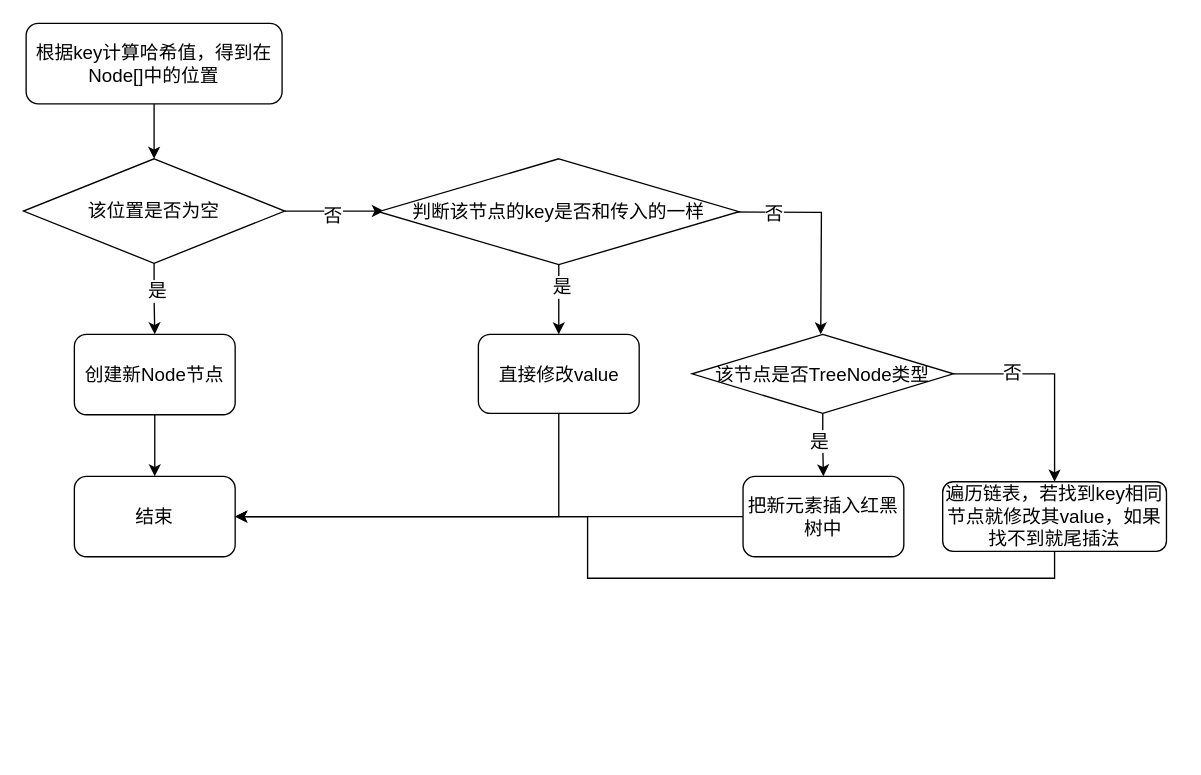
This is HashMap的put()方法.drawio from 1305487034/drawio, a draw.io file, before an edit. Source tidied: cells renumbered, new cells numbered last; positions are measured from the earlier drawing's top-left corner, leaving out a move shared by most shapes. Both pictures are drawn from the tidied source at 134%, with x=0, y=0 at pixel (23, 23).
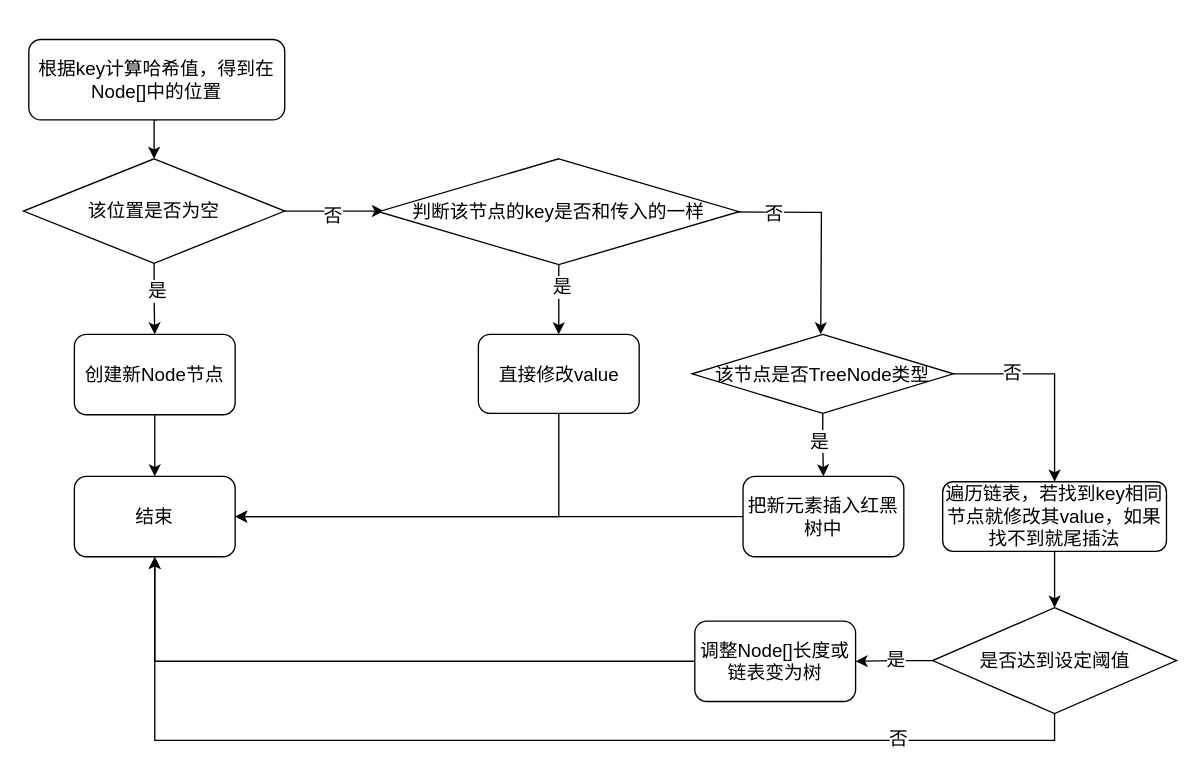
The same page after the edit.

Commit message (it also covers changes not shown here):
更新HashMap的put()方法.drawio

The change refers to these unchanged cells:
```xml
<mxCell id="11" value="&lt;font style=&quot;font-size: 14px;&quot;&gt;结束&lt;/font&gt;" style="rounded=1;whiteSpace=wrap;html=1;" parent="1" vertex="1">
  <mxGeometry x="38" y="338" width="120" height="60" as="geometry" />
</mxCell>
<mxCell id="27" value="&lt;font style=&quot;font-size: 14px;&quot;&gt;遍历链表，若找到key相同节点就修改其value，如果找不到就尾插法&lt;/font&gt;" style="rounded=1;whiteSpace=wrap;html=1;" parent="1" vertex="1">
  <mxGeometry x="686" y="342" width="167" height="52" as="geometry" />
</mxCell>
```

The edit, as a diff of the source:
```diff
@@
     <mxCell id="3" value="&lt;font style=&quot;font-size: 14px;&quot;&gt;根据key计算哈希值，得到在Node[]中的位置&lt;/font&gt;" style="rounded=1;whiteSpace=wrap;html=1;" parent="1" vertex="1">
-      <mxGeometry x="2" width="191" height="60" as="geometry" />
+      <mxGeometry x="4" y="12" width="191" height="60" as="geometry" />
     </mxCell>
@@
-    <mxCell id="26" style="edgeStyle=orthogonalEdgeStyle;rounded=0;jettySize=auto;html=1;exitX=0.5;exitY=1;exitDx=0;exitDy=0;entryX=1;entryY=0.5;entryDx=0;entryDy=0;" parent="1" edge="1" source="27" target="11">
-      <mxGeometry relative="1" as="geometry">
-        <Array as="points">
-          <mxPoint x="770" y="414" />
-          <mxPoint x="421" y="414" />
-          <mxPoint x="421" y="368" />
-        </Array>
-      </mxGeometry>
-    </mxCell>
+    <mxCell id="28" style="edgeStyle=orthogonalEdgeStyle;rounded=0;jettySize=auto;html=1;exitX=0.5;exitY=1;exitDx=0;exitDy=0;entryX=0.5;entryY=0;entryDx=0;entryDy=0;" parent="1" edge="1" source="27" target="33">
+      <mxGeometry relative="1" as="geometry" />
+    </mxCell>
@@
+    <mxCell id="29" style="edgeStyle=orthogonalEdgeStyle;rounded=0;jettySize=auto;html=1;exitX=0;exitY=0.5;exitDx=0;exitDy=0;entryX=1;entryY=0.5;entryDx=0;entryDy=0;" parent="1" edge="1" source="33" target="35">
+      <mxGeometry relative="1" as="geometry" />
+    </mxCell>
+    <mxCell id="30" value="是" style="edgeLabel;html=1;align=center;verticalAlign=middle;fontSize=14;" parent="29" vertex="1">
+      <mxGeometry x="-0.01" y="-1" relative="1" as="geometry">
+        <mxPoint y="-1" as="offset" />
+      </mxGeometry>
+    </mxCell>
+    <mxCell id="31" style="edgeStyle=orthogonalEdgeStyle;rounded=0;jettySize=auto;html=1;exitX=0.5;exitY=1;exitDx=0;exitDy=0;entryX=0.5;entryY=1;entryDx=0;entryDy=0;" parent="1" edge="1" source="33" target="11">
+      <mxGeometry relative="1" as="geometry" />
+    </mxCell>
+    <mxCell id="32" value="&lt;font style=&quot;font-size: 14px;&quot;&gt;否&lt;/font&gt;" style="edgeLabel;html=1;align=center;verticalAlign=middle;" parent="31" vertex="1">
+      <mxGeometry x="-0.7" y="2" relative="1" as="geometry">
+        <mxPoint x="-13" y="-4" as="offset" />
+      </mxGeometry>
+    </mxCell>
+    <mxCell id="33" value="&lt;font style=&quot;font-size: 14px;&quot;&gt;是否达到设定阈值&lt;/font&gt;" style="rhombus;whiteSpace=wrap;html=1;" parent="1" vertex="1">
+      <mxGeometry x="678.5" y="436" width="182" height="79" as="geometry" />
+    </mxCell>
+    <mxCell id="34" style="edgeStyle=orthogonalEdgeStyle;rounded=0;jettySize=auto;html=1;exitX=0;exitY=0.5;exitDx=0;exitDy=0;entryX=0.5;entryY=1;entryDx=0;entryDy=0;" parent="1" edge="1" source="35" target="11">
+      <mxGeometry relative="1" as="geometry" />
+    </mxCell>
+    <mxCell id="35" value="&lt;font style=&quot;font-size: 14px;&quot;&gt;调整Node[]长度或链表变为树&lt;/font&gt;" style="rounded=1;whiteSpace=wrap;html=1;" parent="1" vertex="1">
+      <mxGeometry x="501" y="446" width="120" height="60" as="geometry" />
+    </mxCell>
```
